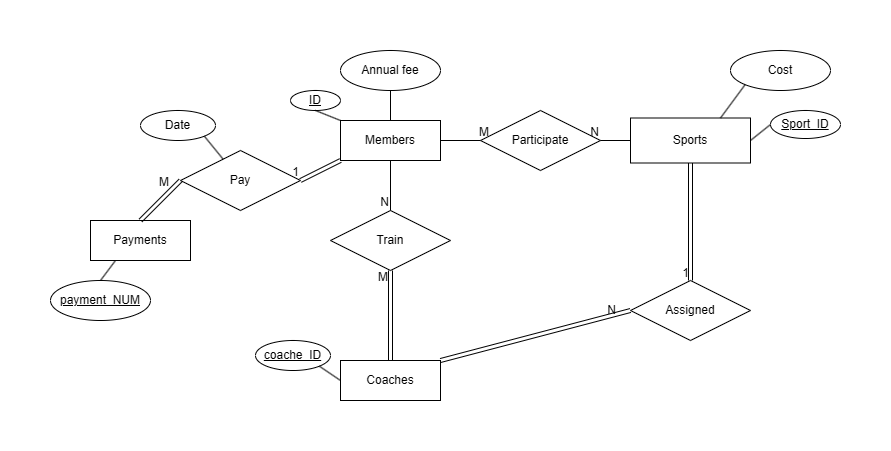
LoaiWael/Faculty-Tasks keeps this draw.io diagram as 2nd year/DataBase/Loai_ERD_project.png. Above is the earlier version. Source tidied: cells renumbered, new cells last; positions are measured from the earlier drawing's top-left corner, leaving out a move shared by most shapes.
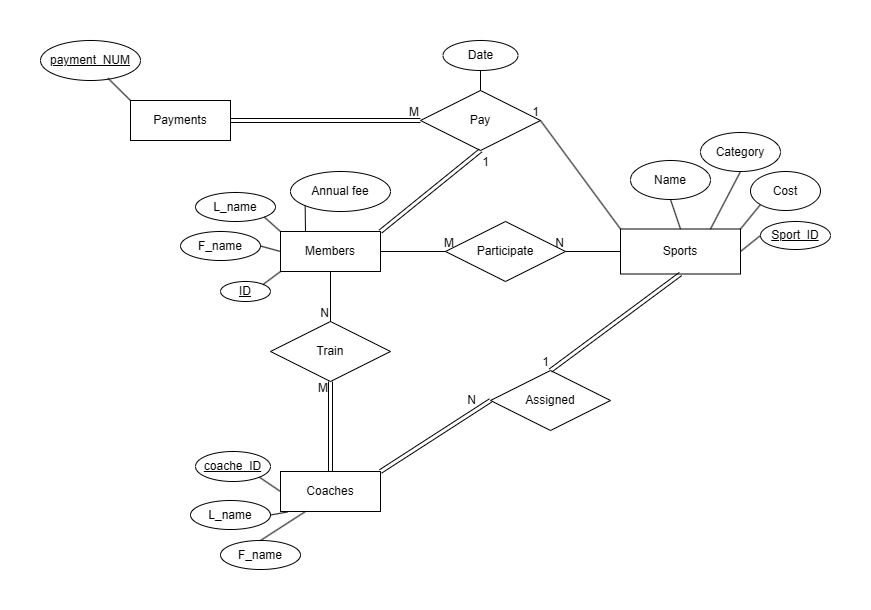
After the change.

Diff of the diagram source:
```diff
@@ -1,30 +1,30 @@
-<mxGraphModel>
+<mxGraphModel background="#ffffff">
   <root>
     <mxCell id="0" />
     <mxCell id="1" parent="0" />
     <mxCell id="2" value="Sports" style="rounded=0;whiteSpace=wrap;html=1;" parent="1" vertex="1">
-      <mxGeometry x="580" y="67.5" width="120" height="45" as="geometry" />
+      <mxGeometry x="580" y="108.5" width="120" height="45" as="geometry" />
     </mxCell>
     <mxCell id="3" value="Members" style="whiteSpace=wrap;html=1;align=center;" parent="1" vertex="1">
-      <mxGeometry x="290" y="70" width="100" height="40" as="geometry" />
+      <mxGeometry x="240" y="111" width="100" height="40" as="geometry" />
     </mxCell>
     <mxCell id="4" value="Annual fee" style="ellipse;whiteSpace=wrap;html=1;align=center;" parent="1" vertex="1">
-      <mxGeometry x="290" width="100" height="40" as="geometry" />
+      <mxGeometry x="250" y="51" width="100" height="40" as="geometry" />
     </mxCell>
-    <mxCell id="5" style="endArrow=none;html=1;rounded=0;exitX=0.5;exitY=1;exitDx=0;exitDy=0;entryX=0.5;entryY=0;entryDx=0;entryDy=0;" parent="1" edge="1" source="4" target="3">
+    <mxCell id="5" style="endArrow=none;html=1;rounded=0;exitX=0;exitY=1;exitDx=0;exitDy=0;entryX=0.25;entryY=0;entryDx=0;entryDy=0;" parent="1" edge="1" source="4" target="3">
       <mxGeometry relative="1" as="geometry" />
     </mxCell>
     <mxCell id="6" value="Pay" style="shape=rhombus;perimeter=rhombusPerimeter;whiteSpace=wrap;html=1;align=center;" parent="1" vertex="1">
-      <mxGeometry x="130" y="100" width="120" height="60" as="geometry" />
+      <mxGeometry x="380" y="-30" width="120" height="60" as="geometry" />
     </mxCell>
     <mxCell id="7" value="Cost" style="ellipse;whiteSpace=wrap;html=1;align=center;" parent="1" vertex="1">
-      <mxGeometry x="680" width="100" height="40" as="geometry" />
+      <mxGeometry x="710" y="51" width="70" height="39" as="geometry" />
     </mxCell>
-    <mxCell id="8" style="endArrow=none;html=1;rounded=0;entryX=0;entryY=1;entryDx=0;entryDy=0;exitX=0.75;exitY=0;exitDx=0;exitDy=0;" parent="1" edge="1" source="2" target="7">
+    <mxCell id="8" style="endArrow=none;html=1;rounded=0;entryX=0;entryY=1;entryDx=0;entryDy=0;exitX=1;exitY=0;exitDx=0;exitDy=0;" parent="1" edge="1" source="2" target="7">
       <mxGeometry relative="1" as="geometry" />
     </mxCell>
     <mxCell id="9" value="Participate" style="shape=rhombus;perimeter=rhombusPerimeter;whiteSpace=wrap;html=1;align=center;" parent="1" vertex="1">
-      <mxGeometry x="430" y="60" width="120" height="60" as="geometry" />
+      <mxGeometry x="405" y="101" width="120" height="60" as="geometry" />
     </mxCell>
     <mxCell id="10" style="endArrow=none;html=1;rounded=0;exitX=1;exitY=0.5;exitDx=0;exitDy=0;entryX=0;entryY=0.5;entryDx=0;entryDy=0;" parent="1" edge="1" source="3" target="9">
       <mxGeometry relative="1" as="geometry" />
@@ -41,33 +41,33 @@
       <mxGeometry x="1" relative="1" as="geometry" />
     </mxCell>
     <mxCell id="14" value="Payments" style="whiteSpace=wrap;html=1;align=center;" parent="1" vertex="1">
-      <mxGeometry x="40" y="170" width="100" height="40" as="geometry" />
+      <mxGeometry x="90" y="-20" width="100" height="40" as="geometry" />
     </mxCell>
-    <mxCell id="15" style="shape=link;html=1;rounded=0;entryX=1;entryY=0.5;entryDx=0;entryDy=0;exitX=0;exitY=1;exitDx=0;exitDy=0;" parent="1" edge="1" source="3" target="6">
+    <mxCell id="15" style="shape=link;html=1;rounded=0;entryX=0.5;entryY=1;entryDx=0;entryDy=0;exitX=1;exitY=0;exitDx=0;exitDy=0;" parent="1" edge="1" source="3" target="6">
       <mxGeometry relative="1" as="geometry" />
     </mxCell>
     <mxCell id="16" value="1" style="html=1;whiteSpace=wrap;align=right;verticalAlign=bottom;" parent="15" vertex="1">
-      <mxGeometry x="1" relative="1" as="geometry" />
+      <mxGeometry x="1" relative="1" as="geometry">
+        <mxPoint x="10" y="20" as="offset" />
+      </mxGeometry>
     </mxCell>
-    <mxCell id="17" style="shape=link;html=1;rounded=0;entryX=0;entryY=0.5;entryDx=0;entryDy=0;exitX=0.5;exitY=0;exitDx=0;exitDy=0;" parent="1" edge="1" source="14" target="6">
+    <mxCell id="17" style="shape=link;html=1;rounded=0;entryX=0;entryY=0.5;entryDx=0;entryDy=0;exitX=1;exitY=0.5;exitDx=0;exitDy=0;" parent="1" edge="1" source="14" target="6">
       <mxGeometry relative="1" as="geometry" />
     </mxCell>
     <mxCell id="18" value="M" style="html=1;whiteSpace=wrap;align=right;verticalAlign=bottom;" parent="17" vertex="1">
-      <mxGeometry x="1" relative="1" as="geometry">
-        <mxPoint x="-10" y="10" as="offset" />
-      </mxGeometry>
+      <mxGeometry x="1" relative="1" as="geometry" />
     </mxCell>
     <mxCell id="19" value="Date" style="ellipse;whiteSpace=wrap;html=1;align=center;" parent="1" vertex="1">
-      <mxGeometry x="90" y="60" width="75" height="30" as="geometry" />
+      <mxGeometry x="402.5" y="-80" width="75" height="30" as="geometry" />
     </mxCell>
-    <mxCell id="20" style="endArrow=none;html=1;rounded=0;exitX=1;exitY=1;exitDx=0;exitDy=0;" parent="1" edge="1" source="19" target="6">
+    <mxCell id="20" style="endArrow=none;html=1;rounded=0;exitX=0.5;exitY=1;exitDx=0;exitDy=0;" parent="1" edge="1" source="19" target="6">
       <mxGeometry relative="1" as="geometry" />
     </mxCell>
     <mxCell id="21" value="Coaches" style="whiteSpace=wrap;html=1;align=center;" parent="1" vertex="1">
-      <mxGeometry x="290" y="310" width="100" height="40" as="geometry" />
+      <mxGeometry x="240" y="351" width="100" height="40" as="geometry" />
     </mxCell>
     <mxCell id="22" value="Train" style="shape=rhombus;perimeter=rhombusPerimeter;whiteSpace=wrap;html=1;align=center;" parent="1" vertex="1">
-      <mxGeometry x="280" y="160" width="120" height="60" as="geometry" />
+      <mxGeometry x="230" y="201" width="120" height="60" as="geometry" />
     </mxCell>
     <mxCell id="23" style="endArrow=none;html=1;rounded=0;exitX=0.5;exitY=1;exitDx=0;exitDy=0;entryX=0.5;entryY=0;entryDx=0;entryDy=0;" parent="1" edge="1" source="3" target="22">
       <mxGeometry relative="1" as="geometry" />
@@ -84,7 +84,7 @@
       </mxGeometry>
     </mxCell>
     <mxCell id="27" value="Assigned" style="shape=rhombus;perimeter=rhombusPerimeter;whiteSpace=wrap;html=1;align=center;" parent="1" vertex="1">
-      <mxGeometry x="580" y="230" width="120" height="60" as="geometry" />
+      <mxGeometry x="450" y="250" width="120" height="60" as="geometry" />
     </mxCell>
     <mxCell id="28" style="shape=link;html=1;rounded=0;entryX=0.5;entryY=0;entryDx=0;entryDy=0;exitX=0.5;exitY=1;exitDx=0;exitDy=0;" parent="1" edge="1" source="2" target="27">
       <mxGeometry relative="1" as="geometry" />
@@ -101,28 +101,70 @@
       </mxGeometry>
     </mxCell>
     <mxCell id="32" value="ID" style="ellipse;whiteSpace=wrap;html=1;align=center;fontStyle=4;" parent="1" vertex="1">
-      <mxGeometry x="240" y="40" width="50" height="20" as="geometry" />
+      <mxGeometry x="180" y="161" width="50" height="20" as="geometry" />
     </mxCell>
-    <mxCell id="33" style="endArrow=none;html=1;rounded=0;exitX=0.5;exitY=1;exitDx=0;exitDy=0;entryX=0;entryY=0;entryDx=0;entryDy=0;" parent="1" edge="1" source="32" target="3">
+    <mxCell id="33" style="endArrow=none;html=1;rounded=0;exitX=1;exitY=0;exitDx=0;exitDy=0;entryX=0;entryY=1;entryDx=0;entryDy=0;" parent="1" edge="1" source="32" target="3">
       <mxGeometry relative="1" as="geometry" />
     </mxCell>
     <mxCell id="34" value="Sport_ID" style="ellipse;whiteSpace=wrap;html=1;align=center;fontStyle=4;" parent="1" vertex="1">
-      <mxGeometry x="720" y="60" width="70" height="28" as="geometry" />
+      <mxGeometry x="720" y="101" width="70" height="28" as="geometry" />
     </mxCell>
     <mxCell id="35" style="endArrow=none;html=1;rounded=0;entryX=0;entryY=0.5;entryDx=0;entryDy=0;exitX=1;exitY=0.5;exitDx=0;exitDy=0;" parent="1" edge="1" source="2" target="34">
       <mxGeometry relative="1" as="geometry" />
     </mxCell>
     <mxCell id="36" value="coache_ID" style="ellipse;whiteSpace=wrap;html=1;align=center;fontStyle=4;" parent="1" vertex="1">
-      <mxGeometry x="205" y="290" width="75" height="30" as="geometry" />
+      <mxGeometry x="155" y="331" width="75" height="30" as="geometry" />
     </mxCell>
     <mxCell id="37" style="endArrow=none;html=1;rounded=0;exitX=1;exitY=1;exitDx=0;exitDy=0;entryX=0;entryY=0.5;entryDx=0;entryDy=0;" parent="1" edge="1" source="36" target="21">
       <mxGeometry relative="1" as="geometry" />
     </mxCell>
     <mxCell id="38" value="payment_NUM" style="ellipse;whiteSpace=wrap;html=1;align=center;fontStyle=4;" parent="1" vertex="1">
-      <mxGeometry y="230" width="100" height="40" as="geometry" />
+      <mxGeometry y="-80" width="100" height="40" as="geometry" />
     </mxCell>
-    <mxCell id="39" style="endArrow=none;html=1;rounded=0;exitX=0.25;exitY=1;exitDx=0;exitDy=0;entryX=0.5;entryY=0;entryDx=0;entryDy=0;" parent="1" edge="1" source="14" target="38">
+    <mxCell id="39" style="endArrow=none;html=1;rounded=0;exitX=0;exitY=0;exitDx=0;exitDy=0;entryX=0.674;entryY=0.942;entryDx=0;entryDy=0;entryPerimeter=0;" parent="1" edge="1" source="14" target="38">
       <mxGeometry relative="1" as="geometry" />
     </mxCell>
+    <mxCell id="40" style="endArrow=none;html=1;rounded=0;exitX=0;exitY=0;exitDx=0;exitDy=0;entryX=1;entryY=0.5;entryDx=0;entryDy=0;" parent="1" edge="1" source="2" target="6">
+      <mxGeometry relative="1" as="geometry" />
+    </mxCell>
+    <mxCell id="41" value="1" style="html=1;whiteSpace=wrap;align=right;verticalAlign=bottom;" parent="40" vertex="1">
+      <mxGeometry x="1" relative="1" as="geometry" />
+    </mxCell>
+    <mxCell id="42" value="L_name" style="ellipse;whiteSpace=wrap;html=1;align=center;" parent="1" vertex="1">
+      <mxGeometry x="155" y="72" width="80" height="29" as="geometry" />
+    </mxCell>
+    <mxCell id="43" value="F_name" style="ellipse;whiteSpace=wrap;html=1;align=center;" parent="1" vertex="1">
+      <mxGeometry x="140" y="111" width="80" height="29" as="geometry" />
+    </mxCell>
+    <mxCell id="44" style="endArrow=none;html=1;rounded=0;exitX=1;exitY=1;exitDx=0;exitDy=0;entryX=0;entryY=0;entryDx=0;entryDy=0;" parent="1" edge="1" source="42" target="3">
+      <mxGeometry relative="1" as="geometry" />
+    </mxCell>
+    <mxCell id="45" style="endArrow=none;html=1;rounded=0;exitX=1;exitY=0.5;exitDx=0;exitDy=0;entryX=0;entryY=0.5;entryDx=0;entryDy=0;" parent="1" edge="1" source="43" target="3">
+      <mxGeometry relative="1" as="geometry" />
+    </mxCell>
+    <mxCell id="46" value="Category" style="ellipse;whiteSpace=wrap;html=1;align=center;" parent="1" vertex="1">
+      <mxGeometry x="660" y="12" width="80" height="39" as="geometry" />
+    </mxCell>
+    <mxCell id="47" style="endArrow=none;html=1;rounded=0;exitX=0.75;exitY=0;exitDx=0;exitDy=0;entryX=0.5;entryY=1;entryDx=0;entryDy=0;" parent="1" edge="1" source="2" target="46">
+      <mxGeometry relative="1" as="geometry" />
+    </mxCell>
+    <mxCell id="48" value="Name" style="ellipse;whiteSpace=wrap;html=1;align=center;" parent="1" vertex="1">
+      <mxGeometry x="590" y="40" width="80" height="39" as="geometry" />
+    </mxCell>
+    <mxCell id="49" style="endArrow=none;html=1;rounded=0;exitX=0.5;exitY=0;exitDx=0;exitDy=0;entryX=0.5;entryY=1;entryDx=0;entryDy=0;" parent="1" edge="1" source="2" target="48">
+      <mxGeometry relative="1" as="geometry" />
+    </mxCell>
+    <mxCell id="50" value="L_name" style="ellipse;whiteSpace=wrap;html=1;align=center;" parent="1" vertex="1">
+      <mxGeometry x="150" y="380" width="80" height="29" as="geometry" />
+    </mxCell>
+    <mxCell id="51" value="F_name" style="ellipse;whiteSpace=wrap;html=1;align=center;" parent="1" vertex="1">
+      <mxGeometry x="180" y="420" width="80" height="29" as="geometry" />
+    </mxCell>
+    <mxCell id="52" style="endArrow=none;html=1;rounded=0;exitX=1;exitY=0.5;exitDx=0;exitDy=0;entryX=0.07;entryY=1.013;entryDx=0;entryDy=0;entryPerimeter=0;" parent="1" edge="1" source="50" target="21">
+      <mxGeometry relative="1" as="geometry" />
+    </mxCell>
+    <mxCell id="53" style="endArrow=none;html=1;rounded=0;entryX=0.25;entryY=1;entryDx=0;entryDy=0;exitX=0.5;exitY=0;exitDx=0;exitDy=0;" parent="1" edge="1" source="51" target="21">
+      <mxGeometry relative="1" as="geometry" />
+    </mxCell>
   </root>
 </mxGraphModel>
```
